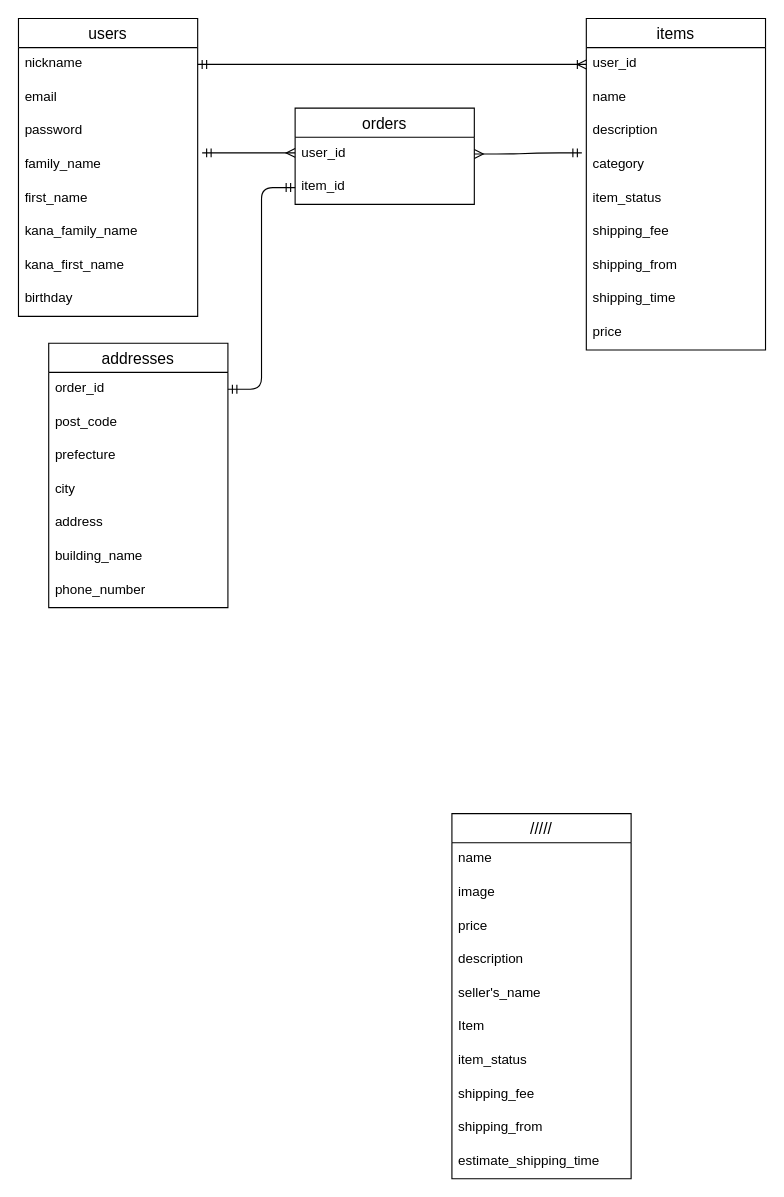
This is ER.dio from strawberygirl/furima-35400, a draw.io file, before an edit. Source tidied: cells renumbered, new cells numbered last; positions are measured from the earlier drawing's top-left corner, leaving out a move shared by most shapes. Both pictures are drawn from the tidied source at 112%, with x=0, y=0 at pixel (18, 18).
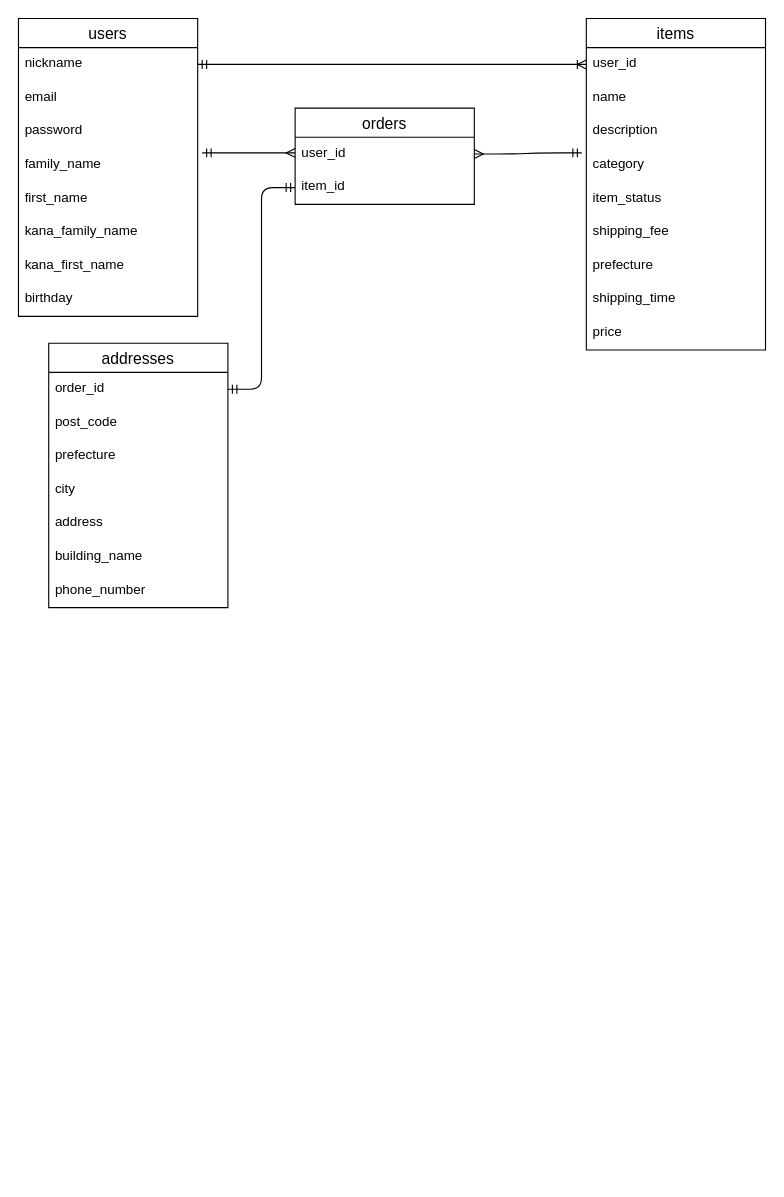
After the change.

Unchanged cells that the change refers to:
```xml
<mxCell id="11" value="items" style="swimlane;fontStyle=0;horizontal=1;startSize=26;align=center;fontSize=14;" parent="1" vertex="1">
  <mxGeometry x="507" width="160" height="296" as="geometry" />
</mxCell>
```

Diff of the diagram source:
```diff
@@
-    <mxCell id="18" value="shipping_from" style="text;strokeColor=none;fillColor=none;spacingLeft=4;spacingRight=4;overflow=hidden;fontSize=12;" parent="11" vertex="1">
+    <mxCell id="18" value="prefecture" style="text;strokeColor=none;fillColor=none;spacingLeft=4;spacingRight=4;overflow=hidden;fontSize=12;" parent="11" vertex="1">
       <mxGeometry y="206" width="160" height="30" as="geometry" />
     </mxCell>
@@
-    <mxCell id="21" value="/////" style="swimlane;fontStyle=0;horizontal=1;startSize=26;align=center;fontSize=14;" parent="1" vertex="1">
-      <mxGeometry x="387" y="710" width="160" height="326" as="geometry" />
-    </mxCell>
-    <mxCell id="22" value="name" style="text;strokeColor=none;fillColor=none;spacingLeft=4;spacingRight=4;overflow=hidden;fontSize=12;" parent="21" vertex="1">
-      <mxGeometry y="26" width="160" height="30" as="geometry" />
-    </mxCell>
-    <mxCell id="23" value="image" style="text;strokeColor=none;fillColor=none;spacingLeft=4;spacingRight=4;overflow=hidden;fontSize=12;" parent="21" vertex="1">
-      <mxGeometry y="56" width="160" height="30" as="geometry" />
-    </mxCell>
-    <mxCell id="24" value="price" style="text;strokeColor=none;fillColor=none;spacingLeft=4;spacingRight=4;overflow=hidden;fontSize=12;" parent="21" vertex="1">
-      <mxGeometry y="86" width="160" height="30" as="geometry" />
-    </mxCell>
-    <mxCell id="25" value="description" style="text;strokeColor=none;fillColor=none;spacingLeft=4;spacingRight=4;overflow=hidden;fontSize=12;" parent="21" vertex="1">
-      <mxGeometry y="116" width="160" height="30" as="geometry" />
-    </mxCell>
-    <mxCell id="26" value="seller's_name" style="text;strokeColor=none;fillColor=none;spacingLeft=4;spacingRight=4;overflow=hidden;fontSize=12;" parent="21" vertex="1">
-      <mxGeometry y="146" width="160" height="30" as="geometry" />
-    </mxCell>
-    <mxCell id="27" value="Item" style="text;strokeColor=none;fillColor=none;spacingLeft=4;spacingRight=4;overflow=hidden;fontSize=12;" parent="21" vertex="1">
-      <mxGeometry y="176" width="160" height="30" as="geometry" />
-    </mxCell>
-    <mxCell id="28" value="item_status" style="text;strokeColor=none;fillColor=none;spacingLeft=4;spacingRight=4;overflow=hidden;fontSize=12;" parent="21" vertex="1">
-      <mxGeometry y="206" width="160" height="30" as="geometry" />
-    </mxCell>
-    <mxCell id="29" value="shipping_fee" style="text;strokeColor=none;fillColor=none;spacingLeft=4;spacingRight=4;overflow=hidden;fontSize=12;" parent="21" vertex="1">
-      <mxGeometry y="236" width="160" height="30" as="geometry" />
-    </mxCell>
-    <mxCell id="30" value="shipping_from" style="text;strokeColor=none;fillColor=none;spacingLeft=4;spacingRight=4;overflow=hidden;fontSize=12;" parent="21" vertex="1">
-      <mxGeometry y="266" width="160" height="30" as="geometry" />
-    </mxCell>
-    <mxCell id="31" value="estimate_shipping_time" style="text;strokeColor=none;fillColor=none;spacingLeft=4;spacingRight=4;overflow=hidden;fontSize=12;" parent="21" vertex="1">
-      <mxGeometry y="296" width="160" height="30" as="geometry" />
-    </mxCell>
```
